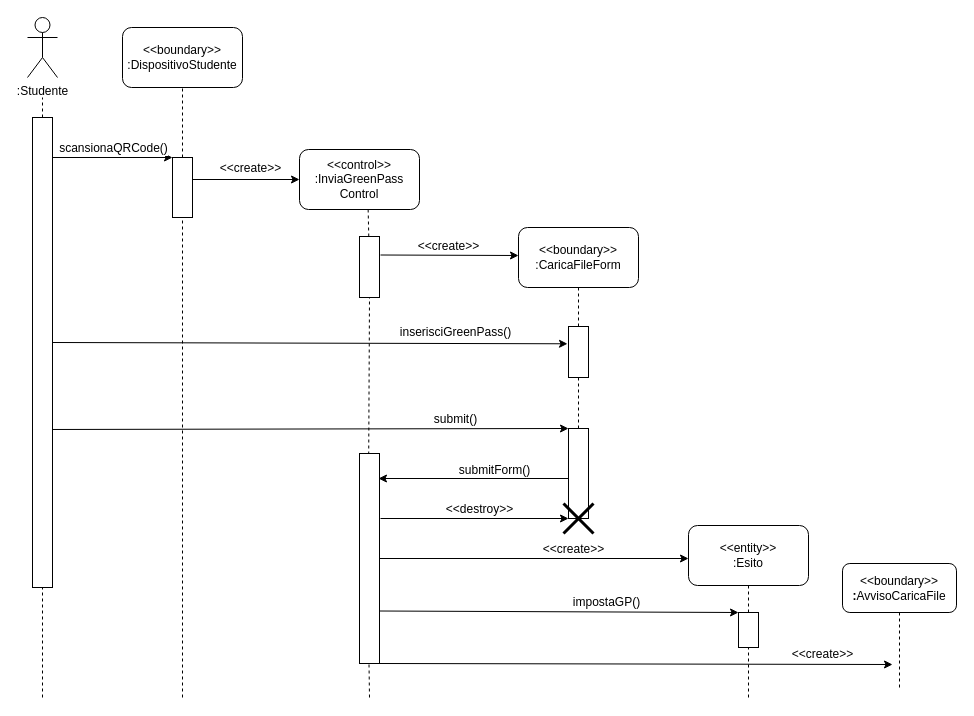
Alberto-00/EasyPass keeps this draw.io diagram as Documentazione/Resources/Sequence Diagram/Sequence Diagram SendGreenPass.drawio. Above is the earlier version. Source tidied: cells renumbered, new cells numbered last; positions are measured from the earlier drawing's top-left corner, leaving out a move shared by most shapes. Both pictures are drawn from the tidied source at 100%, with x=0, y=0 at pixel (27, 17).
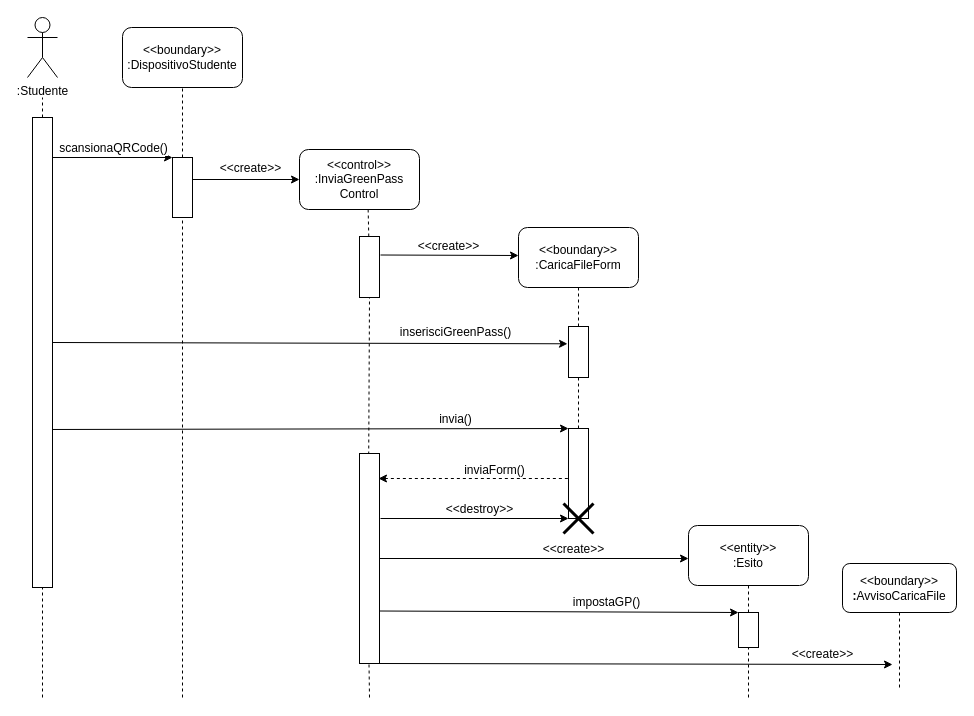
Above is the later version.

Commit message (it also covers changes not shown here):
Sequence Diagram

Unchanged cells that the change refers to:
```xml
<mxCell id="22" style="endArrow=classic;html=1;rounded=0;entryX=0;entryY=0;entryDx=0;entryDy=0;" parent="1" edge="1" target="2">
  <mxGeometry relative="1" as="geometry">
    <mxPoint x="15" y="412" as="sourcePoint" />
  </mxGeometry>
</mxCell>
```

Change to the diagram source:
```diff
@@
-    <mxCell id="23" value="submit()" style="edgeLabel;html=1;align=center;verticalAlign=middle;fontSize=12;" parent="22" vertex="1">
+    <mxCell id="23" value="invia()" style="edgeLabel;html=1;align=center;verticalAlign=middle;fontSize=12;" parent="22" vertex="1">
       <mxGeometry x="0.31" y="1" relative="1" as="geometry">
         <mxPoint x="68" y="-9" as="offset" />
       </mxGeometry>
     </mxCell>
@@
-    <mxCell id="32" style="endArrow=none;html=1;rounded=0;endFill=0;startArrow=classic;startFill=1;" parent="1" edge="1">
+    <mxCell id="32" style="endArrow=none;html=1;rounded=0;endFill=0;startArrow=classic;startFill=1;dashed=1;" parent="1" edge="1">
       <mxGeometry relative="1" as="geometry">
         <mxPoint x="351" y="461" as="sourcePoint" />
         <mxPoint x="541" y="461" as="targetPoint" />
       </mxGeometry>
     </mxCell>
-    <mxCell id="33" value="submitForm()" style="edgeLabel;html=1;align=center;verticalAlign=middle;fontSize=12;" parent="32" vertex="1">
+    <mxCell id="33" value="inviaForm()" style="edgeLabel;html=1;align=center;verticalAlign=middle;fontSize=12;" parent="32" vertex="1">
       <mxGeometry x="0.31" y="1" relative="1" as="geometry">
         <mxPoint x="-9" y="-8" as="offset" />
       </mxGeometry>
     </mxCell>
```
